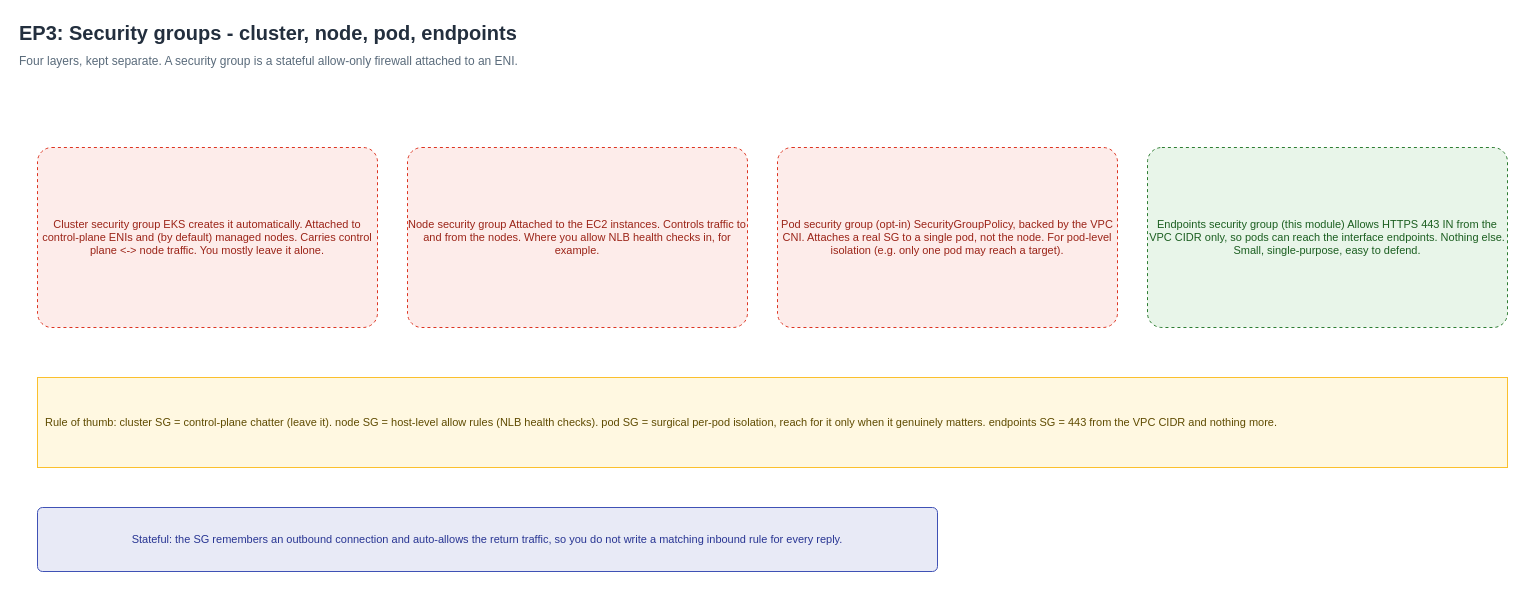
The draw.io diagram page "EP3 - Security group layers" (3 of 3) of 03-networking/diagrams/ep3-networking-architecture.drawio in CoderCo-Learning/eks-accelerator-series, before the edit. Source tidied: cells renumbered, new cells numbered last; positions are measured from the earlier drawing's top-left corner, leaving out a move shared by most shapes. Both pictures are drawn from the tidied source at 100%, with x=0, y=0 at pixel (17, 17).
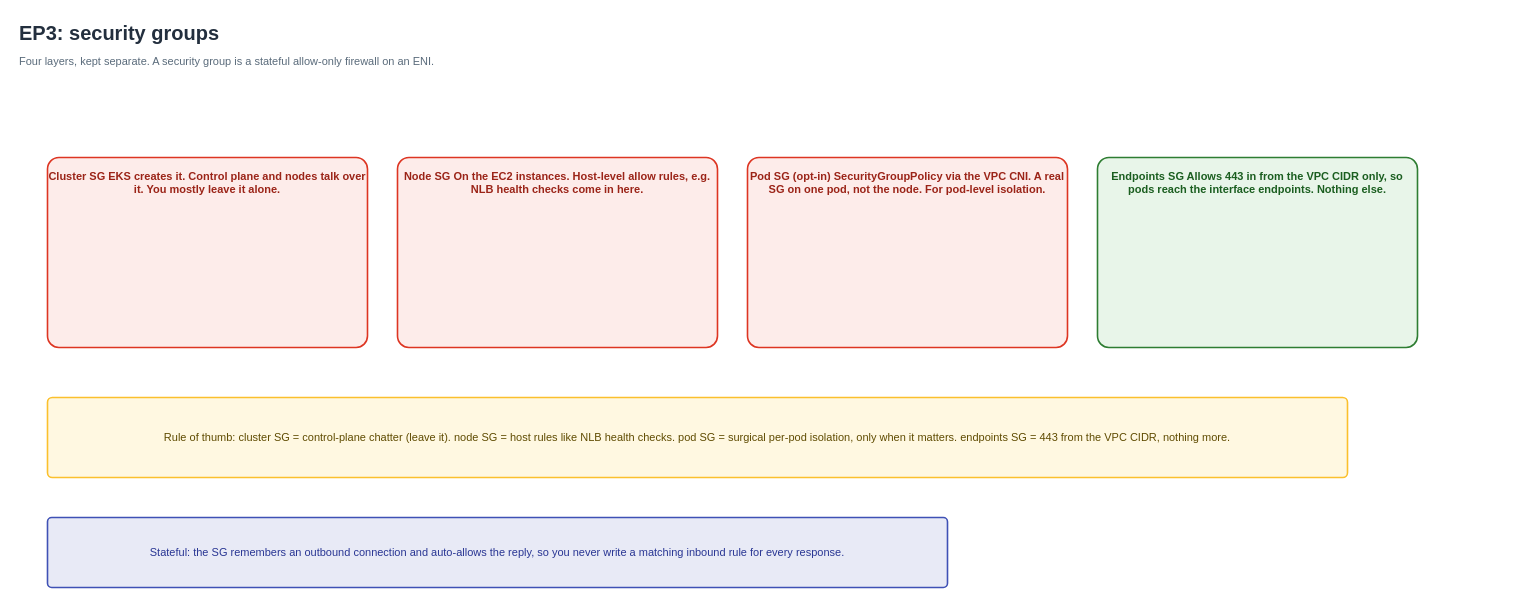
The same page after the edit.

Change to the diagram source:
```diff
@@
 <mxGraphModel>
   <root>
     <mxCell id="0" />
     <mxCell id="1" parent="0" />
-    <mxCell id="2" value="EP3: Security groups - cluster, node, pod, endpoints" style="text;html=1;align=left;verticalAlign=middle;fontColor=#232F3E;fontSize=20;fontStyle=1;" parent="1" vertex="1">
-      <mxGeometry width="900" height="30" as="geometry" />
+    <mxCell id="2" value="EP3: security groups" style="text;html=1;align=left;verticalAlign=middle;fontColor=#232F3E;fontSize=20;fontStyle=1;" parent="1" vertex="1">
+      <mxGeometry y="1" width="900" height="28" as="geometry" />
     </mxCell>
-    <mxCell id="3" value="Four layers, kept separate. A security group is a stateful allow-only firewall attached to an ENI." style="text;html=1;align=left;verticalAlign=middle;fontColor=#5A6B7B;fontSize=12;fontStyle=0;" parent="1" vertex="1">
-      <mxGeometry y="32" width="1100" height="24" as="geometry" />
+    <mxCell id="3" value="Four layers, kept separate. A security group is a stateful allow-only firewall on an ENI." style="text;html=1;align=left;verticalAlign=middle;fontColor=#5A6B7B;fontSize=11;fontStyle=0;" parent="1" vertex="1">
+      <mxGeometry y="30" width="900" height="28" as="geometry" />
     </mxCell>
-    <mxCell id="4" value="Cluster security group&amp;#10;&amp;#10;EKS creates it automatically.&amp;#10;Attached to control-plane ENIs&amp;#10;and (by default) managed nodes.&amp;#10;Carries control plane &amp;lt;-&amp;gt; node traffic.&amp;#10;You mostly leave it alone." style="rounded=1;arcSize=8;whiteSpace=wrap;html=1;fillColor=#FDECEA;strokeColor=#DD3522;fontColor=#9b2418;fontSize=11;fontStyle=0;dashed=1;align=center;spacingLeft=0;shadow=0;" parent="1" vertex="1">
-      <mxGeometry x="20" y="130" width="340" height="180" as="geometry" />
-    </mxCell>
-    <mxCell id="5" value="Node security group&amp;#10;&amp;#10;Attached to the EC2 instances.&amp;#10;Controls traffic to and from the nodes.&amp;#10;Where you allow NLB health&amp;#10;checks in, for example." style="rounded=1;arcSize=8;whiteSpace=wrap;html=1;fillColor=#FDECEA;strokeColor=#DD3522;fontColor=#9b2418;fontSize=11;fontStyle=0;dashed=1;align=center;spacingLeft=0;shadow=0;" parent="1" vertex="1">
-      <mxGeometry x="390" y="130" width="340" height="180" as="geometry" />
-    </mxCell>
-    <mxCell id="6" value="Pod security group  (opt-in)&amp;#10;&amp;#10;SecurityGroupPolicy, backed by&amp;#10;the VPC CNI. Attaches a real SG&amp;#10;to a single pod, not the node.&amp;#10;For pod-level isolation (e.g. only&amp;#10;one pod may reach a target)." style="rounded=1;arcSize=8;whiteSpace=wrap;html=1;fillColor=#FDECEA;strokeColor=#DD3522;fontColor=#9b2418;fontSize=11;fontStyle=0;dashed=1;align=center;spacingLeft=0;shadow=0;" parent="1" vertex="1">
-      <mxGeometry x="760" y="130" width="340" height="180" as="geometry" />
-    </mxCell>
-    <mxCell id="7" value="Endpoints security group  (this module)&amp;#10;&amp;#10;Allows HTTPS 443 IN from the VPC&amp;#10;CIDR only, so pods can reach the&amp;#10;interface endpoints. Nothing else.&amp;#10;Small, single-purpose, easy to defend." style="rounded=1;arcSize=8;whiteSpace=wrap;html=1;fillColor=#E8F5E9;strokeColor=#2E7D32;fontColor=#1b5e20;fontSize=11;fontStyle=0;dashed=1;align=center;spacingLeft=0;shadow=0;" parent="1" vertex="1">
-      <mxGeometry x="1130" y="130" width="360" height="180" as="geometry" />
-    </mxCell>
+    <mxCell id="10" value="Cluster SG  EKS creates it. Control plane and nodes talk over it. You mostly leave it alone." style="rounded=1;arcSize=6;whiteSpace=wrap;html=1;fillColor=#FDECEA;strokeColor=#DD3522;fontColor=#9b2418;fontSize=11;fontStyle=1;strokeWidth=1.6;dashed=0;verticalAlign=top;spacingTop=6;align=center;" parent="1" vertex="1">
+      <mxGeometry x="30" y="140" width="320" height="190" as="geometry" />
+    </mxCell>
+    <mxCell id="11" value="Node SG  On the EC2 instances. Host-level allow rules, e.g. NLB health checks come in here." style="rounded=1;arcSize=6;whiteSpace=wrap;html=1;fillColor=#FDECEA;strokeColor=#DD3522;fontColor=#9b2418;fontSize=11;fontStyle=1;strokeWidth=1.6;dashed=0;verticalAlign=top;spacingTop=6;align=center;" parent="1" vertex="1">
+      <mxGeometry x="380" y="140" width="320" height="190" as="geometry" />
+    </mxCell>
+    <mxCell id="12" value="Pod SG (opt-in)  SecurityGroupPolicy via the VPC CNI. A real SG on one pod, not the node. For pod-level isolation." style="rounded=1;arcSize=6;whiteSpace=wrap;html=1;fillColor=#FDECEA;strokeColor=#DD3522;fontColor=#9b2418;fontSize=11;fontStyle=1;strokeWidth=1.6;dashed=0;verticalAlign=top;spacingTop=6;align=center;" parent="1" vertex="1">
+      <mxGeometry x="730" y="140" width="320" height="190" as="geometry" />
+    </mxCell>
+    <mxCell id="13" value="Endpoints SG  Allows 443 in from the VPC CIDR only, so pods reach the interface endpoints. Nothing else." style="rounded=1;arcSize=6;whiteSpace=wrap;html=1;fillColor=#E8F5E9;strokeColor=#2E7D32;fontColor=#1b5e20;fontSize=11;fontStyle=1;strokeWidth=1.6;dashed=0;verticalAlign=top;spacingTop=6;align=center;" parent="1" vertex="1">
+      <mxGeometry x="1080" y="140" width="320" height="190" as="geometry" />
+    </mxCell>
-    <mxCell id="8" value="Rule of thumb:  cluster SG = control-plane chatter (leave it).   node SG = host-level allow rules (NLB health checks).   pod SG = surgical per-pod isolation, reach for it only when it genuinely matters.   endpoints SG = 443 from the VPC CIDR and nothing more." style="rounded=0;whiteSpace=wrap;html=1;fillColor=#FFF8E1;strokeColor=#FBC02D;fontColor=#5F4B00;fontSize=11;fontStyle=0;dashed=0;align=left;spacingLeft=6;shadow=0;" parent="1" vertex="1">
-      <mxGeometry x="20" y="360" width="1470" height="90" as="geometry" />
+    <mxCell id="8" value="Rule of thumb:  cluster SG = control-plane chatter (leave it).   node SG = host rules like NLB health checks.   pod SG = surgical per-pod isolation, only when it matters.   endpoints SG = 443 from the VPC CIDR, nothing more." style="rounded=1;arcSize=6;whiteSpace=wrap;html=1;fillColor=#FFF8E1;strokeColor=#FBC02D;fontColor=#5F4B00;fontSize=11;fontStyle=0;strokeWidth=1.6;dashed=0;verticalAlign=middle;align=center;" parent="1" vertex="1">
+      <mxGeometry x="30" y="380" width="1300" height="80" as="geometry" />
     </mxCell>
-    <mxCell id="9" value="Stateful: the SG remembers an outbound connection and auto-allows the return traffic, so you do not write a matching inbound rule for every reply." style="rounded=1;arcSize=8;whiteSpace=wrap;html=1;fillColor=#E8EAF6;strokeColor=#3F51B5;fontColor=#283593;fontSize=11;fontStyle=0;dashed=0;align=center;spacingLeft=0;shadow=0;" parent="1" vertex="1">
-      <mxGeometry x="20" y="490" width="900" height="64" as="geometry" />
+    <mxCell id="9" value="Stateful: the SG remembers an outbound connection and auto-allows the reply, so you never write a matching inbound rule for every response." style="rounded=1;arcSize=6;whiteSpace=wrap;html=1;fillColor=#E8EAF6;strokeColor=#3F51B5;fontColor=#283593;fontSize=11;fontStyle=0;strokeWidth=1.6;dashed=0;verticalAlign=middle;align=center;" parent="1" vertex="1">
+      <mxGeometry x="30" y="500" width="900" height="70" as="geometry" />
     </mxCell>
   </root>
 </mxGraphModel>
```
